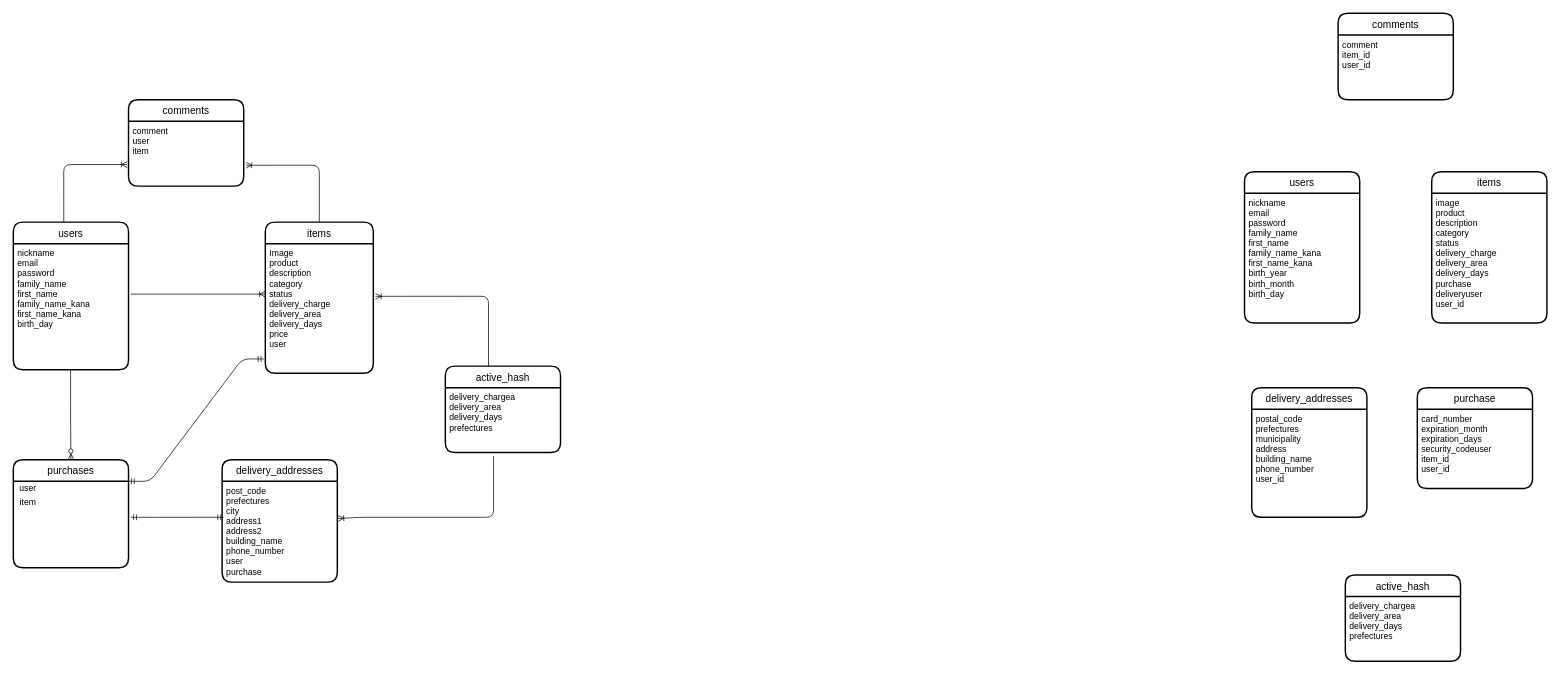
The draw.io diagram test.dio in muratamasaya/furima-30495, before the edit. Source tidied: cells renumbered, new cells numbered last; positions are measured from the earlier drawing's top-left corner, leaving out a move shared by most shapes. Both pictures are drawn from the tidied source at 72%, with x=0, y=0 at pixel (13, 13).
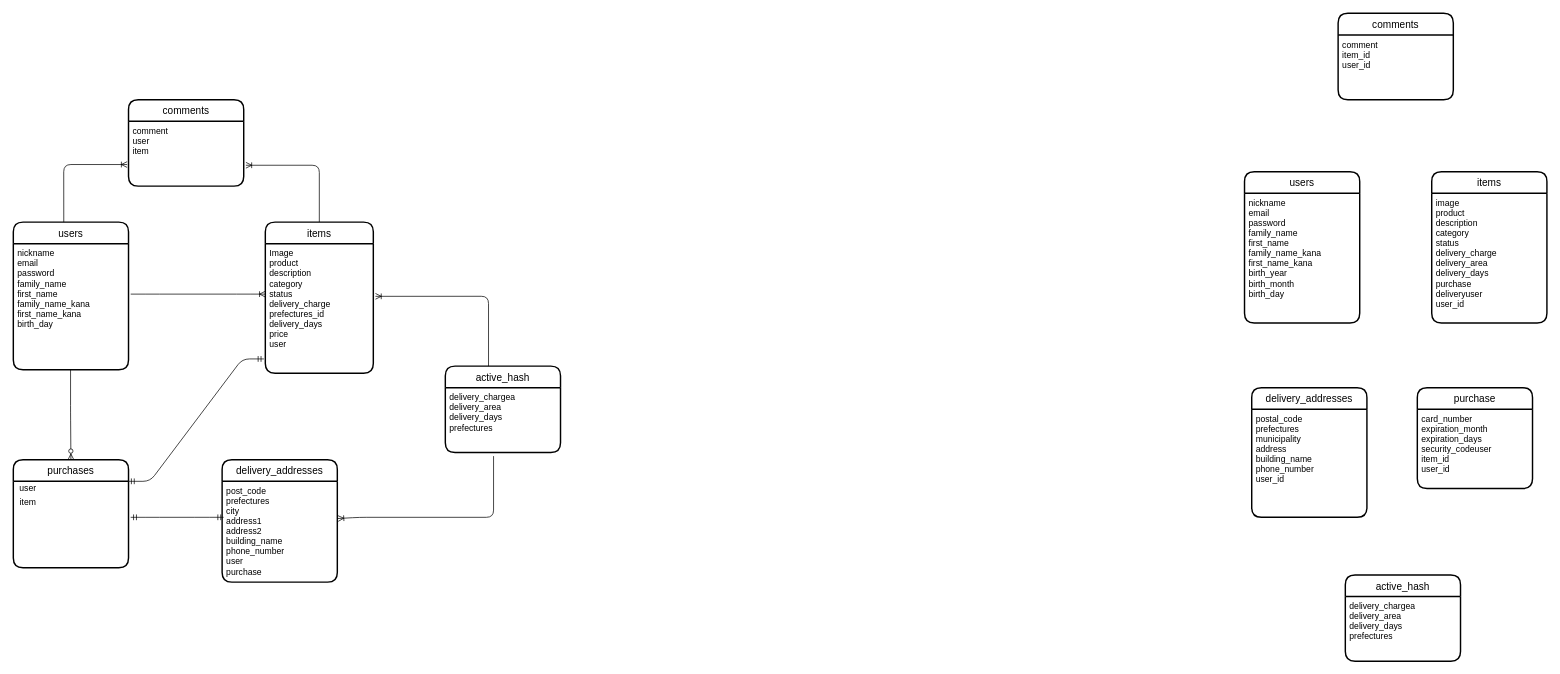
The same diagram, later.

Commit message (it also covers changes not shown here):
README　コードの修正

Unchanged cells that the change refers to:
```xml
<mxCell id="22" value="items" style="swimlane;horizontal=1;startSize=30;rounded=1;fontSize=14;fontStyle=0;strokeWidth=2;shadow=0;dashed=0;align=center;" parent="1" vertex="1">
  <mxGeometry x="350" y="290" width="150" height="210" as="geometry" />
</mxCell>
```

What changed in the source:
```diff
@@
-    <mxCell id="23" value="Image&#10;product&#10;description&#10;category&#10;status&#10;delivery_charge&#10;delivery_area&#10;delivery_days&#10;price&#10;user" style="align=left;strokeColor=none;fillColor=none;spacingLeft=4;fontSize=12;verticalAlign=top;" parent="22" vertex="1">
+    <mxCell id="23" value="Image&#10;product&#10;description&#10;category&#10;status&#10;delivery_charge&#10;prefectures_id&#10;delivery_days&#10;price&#10;user" style="align=left;strokeColor=none;fillColor=none;spacingLeft=4;fontSize=12;verticalAlign=top;" parent="22" vertex="1">
       <mxGeometry y="30" width="150" height="180" as="geometry" />
     </mxCell>
```
